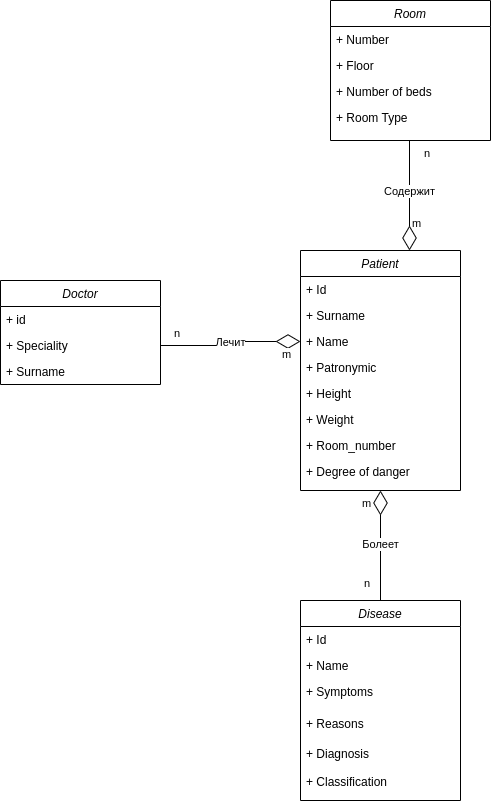
Before: lab-01/assets/UML-dto.drawio.png, a diagram exported from draw.io (xanderkov/ics7-web). Source tidied: cells renumbered, new cells last; positions are measured from the earlier drawing's top-left corner, leaving out a move shared by most shapes.
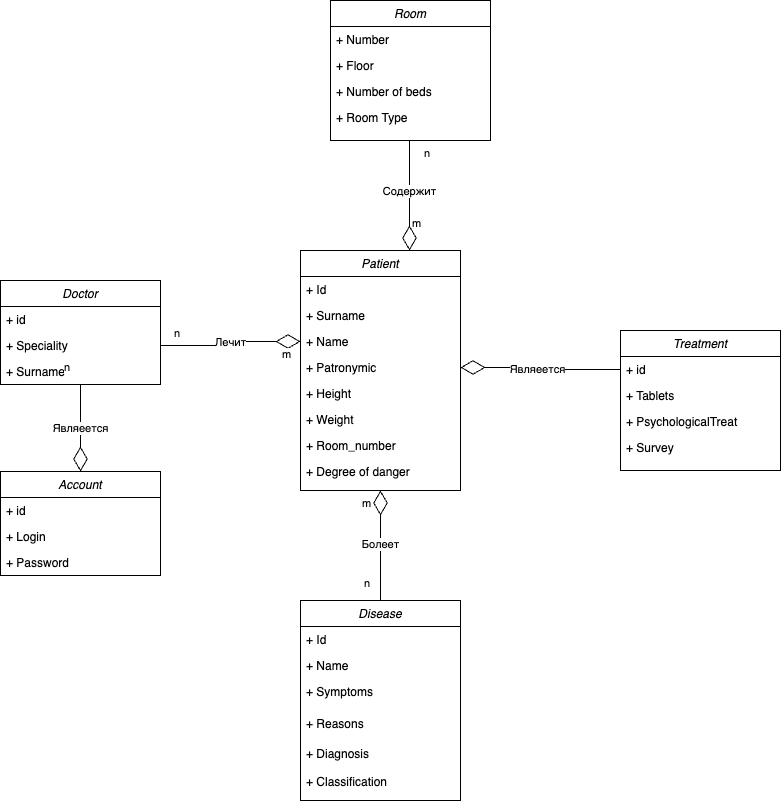
After the change.

Diff of the diagram source:
```diff
@@ -119,5 +119,52 @@
         <mxPoint x="20" y="-25" as="offset" />
       </mxGeometry>
     </mxCell>
+    <mxCell id="36" value="Account" style="swimlane;fontStyle=2;align=center;verticalAlign=top;horizontal=1;startSize=26;rounded=0;shadow=0;strokeWidth=1;" parent="1" vertex="1">
+      <mxGeometry y="471" width="160" height="104" as="geometry" />
+    </mxCell>
+    <mxCell id="37" value="+ id" style="text;align=left;verticalAlign=top;spacingLeft=4;spacingRight=4;overflow=hidden;rounded=0;shadow=0;html=0;" parent="36" vertex="1">
+      <mxGeometry y="26" width="160" height="26" as="geometry" />
+    </mxCell>
+    <mxCell id="38" value="+ Login" style="text;align=left;verticalAlign=top;spacingLeft=4;spacingRight=4;overflow=hidden;rounded=0;shadow=0;html=0;" parent="36" vertex="1">
+      <mxGeometry y="52" width="160" height="26" as="geometry" />
+    </mxCell>
+    <mxCell id="39" value="+ Password" style="text;align=left;verticalAlign=top;spacingLeft=4;spacingRight=4;overflow=hidden;rounded=0;shadow=0;html=0;" parent="36" vertex="1">
+      <mxGeometry y="78" width="160" height="26" as="geometry" />
+    </mxCell>
+    <mxCell id="40" value="Являеется" style="endArrow=none;html=1;endSize=12;startArrow=diamondThin;startSize=22;startFill=0;edgeStyle=orthogonalEdgeStyle;rounded=0;endFill=0;exitX=0.5;exitY=0;exitDx=0;exitDy=0;" parent="1" edge="1" source="36" target="24">
+      <mxGeometry x="-0.02" relative="1" as="geometry">
+        <Array as="points">
+          <mxPoint x="80" y="400" />
+          <mxPoint x="80" y="400" />
+        </Array>
+      </mxGeometry>
+    </mxCell>
+    <mxCell id="41" value="n" style="edgeLabel;html=1;align=right;verticalAlign=top;" parent="40" vertex="1">
+      <mxGeometry x="1" relative="1" as="geometry">
+        <mxPoint x="-10" y="-30" as="offset" />
+      </mxGeometry>
+    </mxCell>
+    <mxCell id="42" value="Treatment" style="swimlane;fontStyle=2;align=center;verticalAlign=top;horizontal=1;startSize=26;rounded=0;shadow=0;strokeWidth=1;" parent="1" vertex="1">
+      <mxGeometry x="620" y="330" width="160" height="140" as="geometry" />
+    </mxCell>
+    <mxCell id="43" value="+ id" style="text;align=left;verticalAlign=top;spacingLeft=4;spacingRight=4;overflow=hidden;points=[[0,0.5],[1,0.5]];portConstraint=eastwest;rounded=0;shadow=0;html=0;" parent="42" vertex="1">
+      <mxGeometry y="26" width="160" height="26" as="geometry" />
+    </mxCell>
+    <mxCell id="44" value="+ Tablets" style="text;align=left;verticalAlign=top;spacingLeft=4;spacingRight=4;overflow=hidden;rounded=0;shadow=0;html=0;" parent="42" vertex="1">
+      <mxGeometry y="52" width="160" height="26" as="geometry" />
+    </mxCell>
+    <mxCell id="45" value="+ PsychologicalTreat" style="text;align=left;verticalAlign=top;spacingLeft=4;spacingRight=4;overflow=hidden;rounded=0;shadow=0;html=0;" parent="42" vertex="1">
+      <mxGeometry y="78" width="160" height="26" as="geometry" />
+    </mxCell>
+    <mxCell id="46" value="+ Survey" style="text;align=left;verticalAlign=top;spacingLeft=4;spacingRight=4;overflow=hidden;rounded=0;shadow=0;html=0;" parent="42" vertex="1">
+      <mxGeometry y="104" width="160" height="26" as="geometry" />
+    </mxCell>
+    <mxCell id="47" value="Являеется" style="endArrow=none;html=1;endSize=12;startArrow=diamondThin;startSize=22;startFill=0;edgeStyle=orthogonalEdgeStyle;rounded=0;endFill=0;exitX=1;exitY=0.5;exitDx=0;exitDy=0;entryX=0;entryY=0.5;entryDx=0;entryDy=0;" parent="1" edge="1" source="6" target="43">
+      <mxGeometry x="-0.02" relative="1" as="geometry">
+        <Array as="points">
+          <mxPoint x="530" y="367" />
+        </Array>
+      </mxGeometry>
+    </mxCell>
   </root>
 </mxGraphModel>
```
